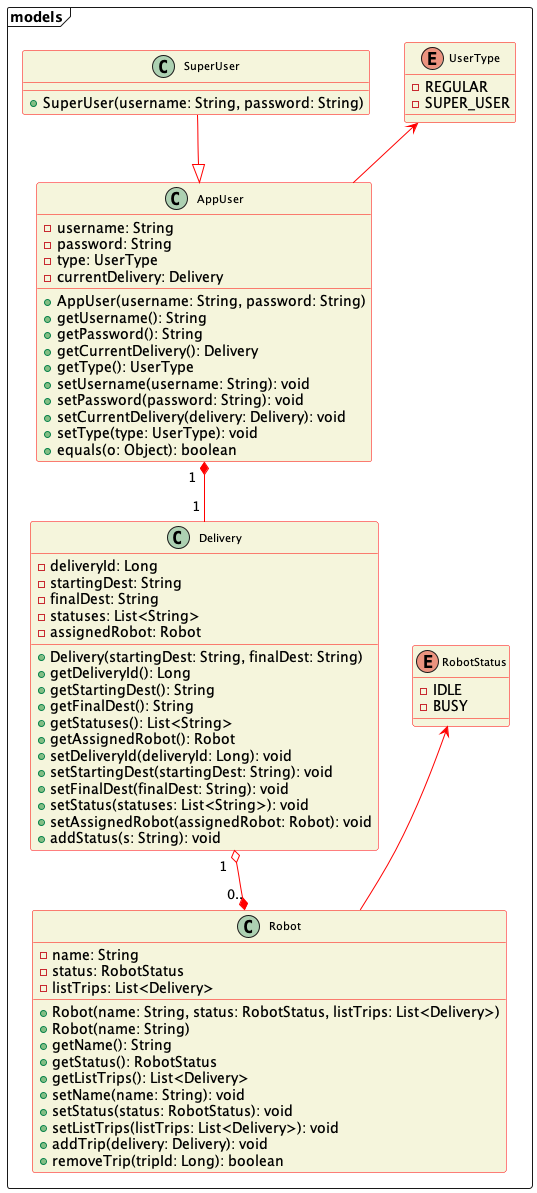
The PlantUML diagram diagrams/UML_diagram.png in bardia-p/carleton-mail-delivery-robot, before a commit.
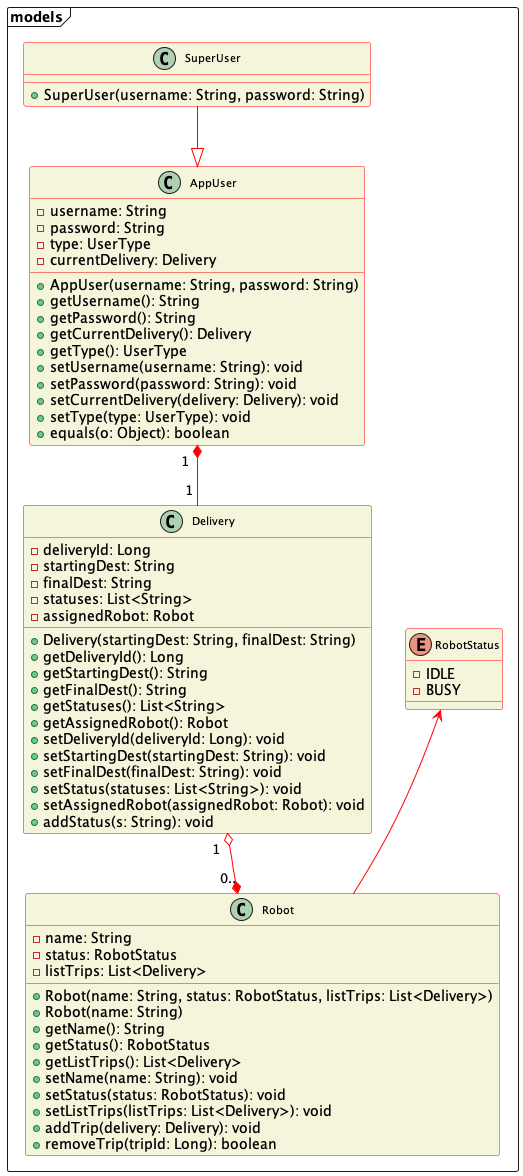
The same diagram one commit later.

Commit message:
Add new diagrams: Updated UML and new use case diagram for web application (#70)

What changed in the source:
```diff
@@ -26,11 +26,6 @@
 
     class "SuperUser" {
         + SuperUser(username: String, password: String)
-    }
-
-    enum "UserType" {
-        - REGULAR
-        - SUPER_USER
     }
 
     class "Robot" {
@@ -80,6 +75,5 @@
 
 "Delivery" "1  " o--* "0.." "Robot"
 "AppUser" "1  " *-- "1 " "Delivery"
-"AppUser" -up-> "UserType"
 "SuperUser" --|> "AppUser"
 @enduml
```
